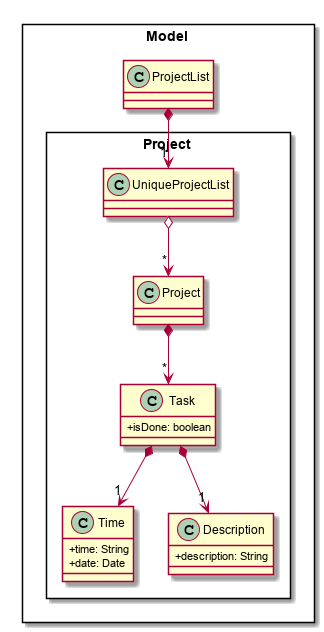
Before: docs/images/TaskClassDiagram.png, a diagram exported from PlantUML (nus-cs2103-AY1920S1/addressbook-level3).
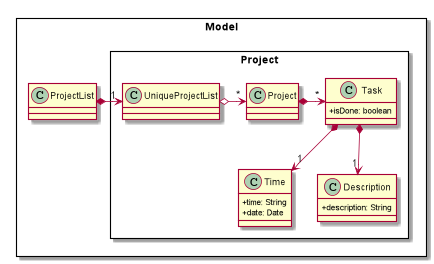
Above is the later version.

The edit, as a diff of the source:
```diff
@@ -21,9 +21,9 @@
 }
 }
 
-ProjectList *--> "1" UniqueProjectList
-UniqueProjectList o--> "*" Project
-Project *--> "*" Task
+ProjectList *-right> "1" UniqueProjectList
+UniqueProjectList o-right> "*" Project
+Project *-down> "*" Task
 Task *--> "1" Time
 Task *--> "1" Description
 @enduml
```
